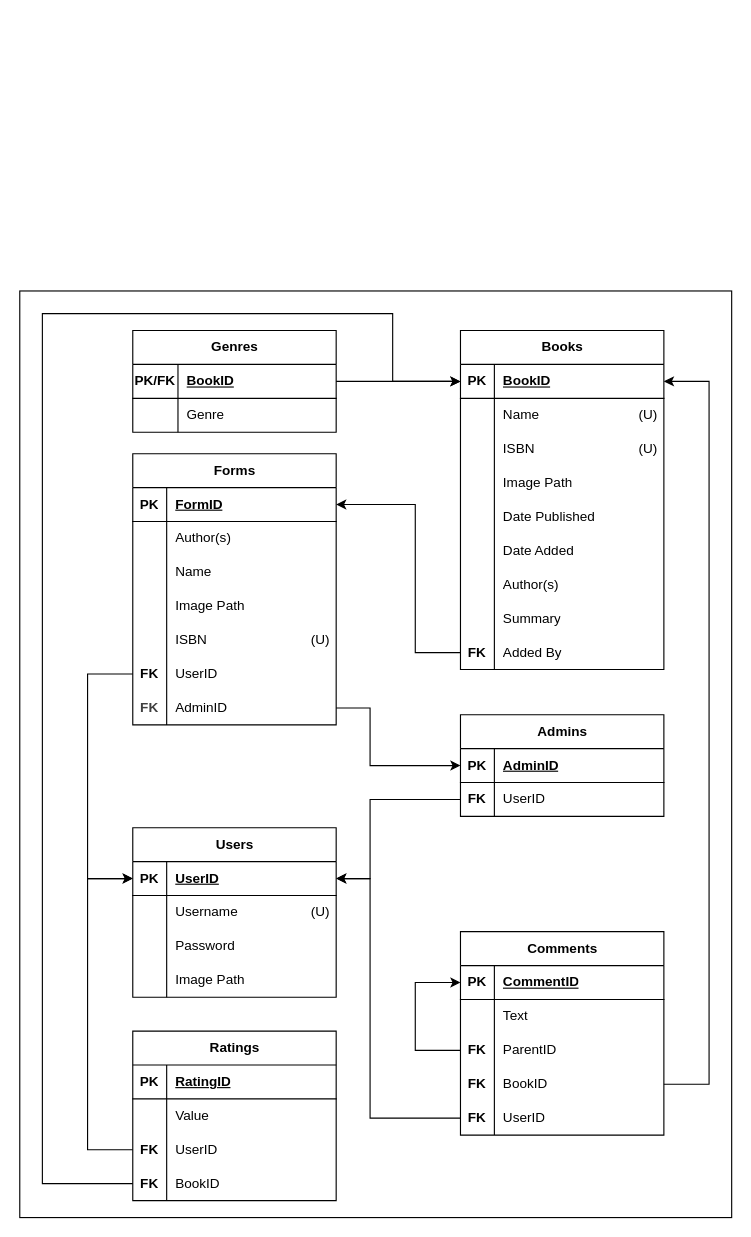
theinsurgentarchive/BDB keeps this draw.io diagram as BDB_RM.drawio. Above is the earlier version. Source tidied: cells renumbered, new cells numbered last; positions are measured from the earlier drawing's top-left corner, leaving out a move shared by most shapes. Both pictures are drawn from the tidied source at 113%, with x=0, y=0 at pixel (19, 290).
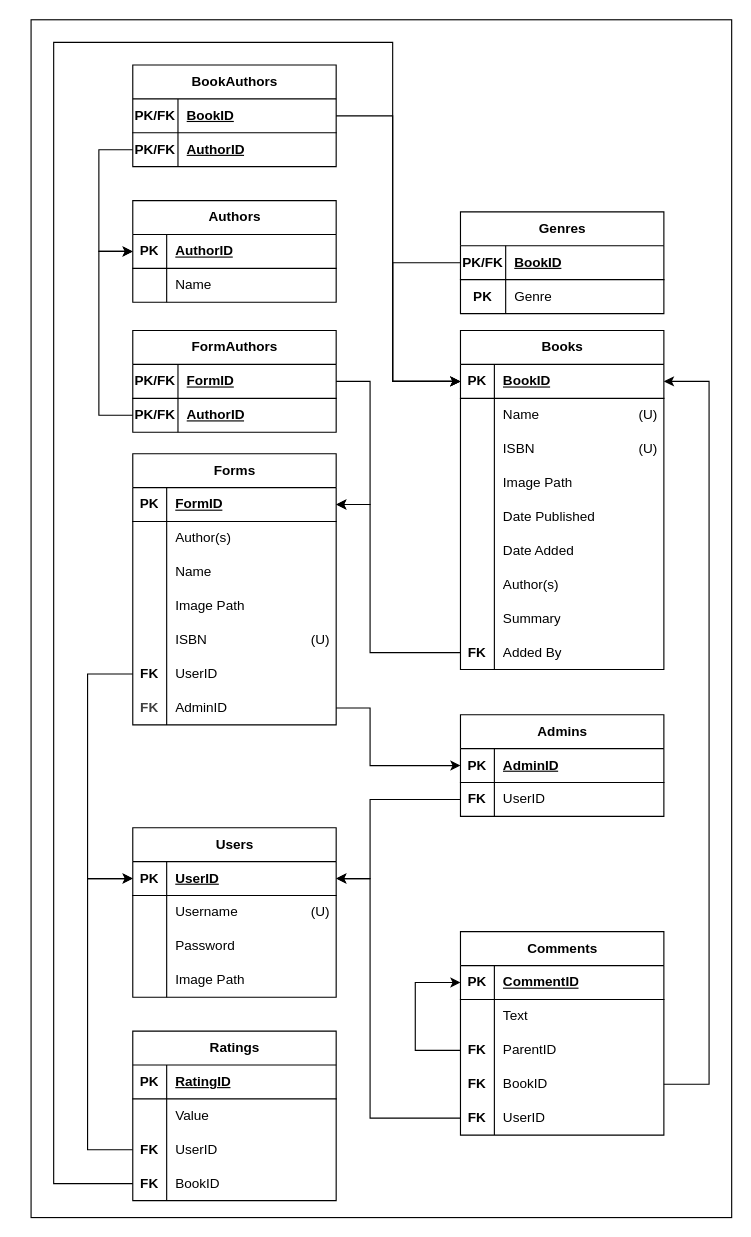
After the change.

Commit message (it also covers changes not shown here):
updated ERD, RM, and Create_SQL to add multiple Authors to Book/Forms

Unchanged cells that the change refers to:
```xml
<mxCell id="22" style="shape=tableRow;horizontal=0;startSize=0;swimlaneHead=0;swimlaneBody=0;fillColor=none;points=[[0,0.5],[1,0.5]];portConstraint=eastwest;top=0;left=0;right=0;bottom=0;" parent="18" vertex="1">
  <mxGeometry y="60" width="180" height="30" as="geometry" />
</mxCell>
<mxCell id="26" style="shape=tableRow;horizontal=0;startSize=0;swimlaneHead=0;swimlaneBody=0;fillColor=none;points=[[0,0.5],[1,0.5]];portConstraint=eastwest;top=0;left=0;right=0;bottom=1;" parent="25" vertex="1">
  <mxGeometry y="30" width="180" height="30" as="geometry" />
</mxCell>
<mxCell id="48" value="Ratings" style="shape=table;startSize=30;childLayout=tableLayout;rowLines=0;fontStyle=1;align=center;html=1;" parent="1" vertex="1">
  <mxGeometry x="100" y="655" width="180" height="150" as="geometry" />
</mxCell>
<mxCell id="58" style="shape=tableRow;horizontal=0;startSize=0;swimlaneHead=0;swimlaneBody=0;fillColor=none;points=[[0,0.5],[1,0.5]];portConstraint=eastwest;top=0;left=0;right=0;bottom=0;" parent="48" vertex="1">
  <mxGeometry y="120" width="180" height="30" as="geometry" />
</mxCell>
<mxCell id="81" style="shape=tableRow;horizontal=0;startSize=0;swimlaneHead=0;swimlaneBody=0;fillColor=none;points=[[0,0.5],[1,0.5]];portConstraint=eastwest;top=0;left=0;right=0;bottom=1;" parent="80" vertex="1">
  <mxGeometry y="30" width="180" height="30" as="geometry" />
</mxCell>
<mxCell id="105" style="shape=tableRow;horizontal=0;startSize=0;swimlaneHead=0;swimlaneBody=0;fillColor=none;points=[[0,0.5],[1,0.5]];portConstraint=eastwest;top=0;left=0;right=0;bottom=0;" parent="80" vertex="1">
  <mxGeometry y="270" width="180" height="30" as="geometry" />
</mxCell>
<mxCell id="113" style="shape=tableRow;horizontal=0;startSize=0;swimlaneHead=0;swimlaneBody=0;fillColor=none;points=[[0,0.5],[1,0.5]];portConstraint=eastwest;top=0;left=0;right=0;bottom=1;" parent="112" vertex="1">
  <mxGeometry y="30" width="180" height="30" as="geometry" />
</mxCell>
<mxCell id="116" style="shape=tableRow;horizontal=0;startSize=0;swimlaneHead=0;swimlaneBody=0;fillColor=none;top=0;left=0;right=0;bottom=0;" parent="112" vertex="1">
  <mxGeometry y="60" width="180" height="30" as="geometry" />
</mxCell>
```

What changed in the source:
```diff
@@
     <mxCell id="2" style="rounded=0;whiteSpace=wrap;html=1;" parent="1" vertex="1">
-      <mxGeometry width="630" height="820" as="geometry" />
+      <mxGeometry x="10" y="-240" width="620" height="1060" as="geometry" />
     </mxCell>
@@
-    <mxCell id="23" value="&lt;b&gt;FK&lt;/b&gt;" style="shape=partialRectangle;fillColor=none;top=0;left=0;bottom=0;right=0;overflow=hidden;whiteSpace=wrap;html=1;" parent="22" vertex="1">
+    <mxCell id="23" value="&lt;b&gt;&lt;font style=&quot;color: rgb(0, 0, 0);&quot;&gt;FK&lt;/font&gt;&lt;/b&gt;" style="shape=partialRectangle;fillColor=none;top=0;left=0;bottom=0;right=0;overflow=hidden;whiteSpace=wrap;html=1;" parent="22" vertex="1">
       <mxGeometry width="30" height="30" as="geometry" />
     </mxCell>
-    <mxCell id="24" value="UserID" style="shape=partialRectangle;fillColor=none;top=0;left=0;bottom=0;right=0;align=left;spacingLeft=6;overflow=hidden;whiteSpace=wrap;html=1;" parent="22" vertex="1">
+    <mxCell id="24" value="&lt;font style=&quot;color: rgb(0, 0, 0);&quot;&gt;UserID&lt;/font&gt;" style="shape=partialRectangle;fillColor=none;top=0;left=0;bottom=0;right=0;align=left;spacingLeft=6;overflow=hidden;whiteSpace=wrap;html=1;" parent="22" vertex="1">
       <mxGeometry x="30" width="150" height="30" as="geometry" />
     </mxCell>
@@
-    <mxCell id="55" style="shape=tableRow;horizontal=0;startSize=0;swimlaneHead=0;swimlaneBody=0;fillColor=none;points=[[0,0.5],[1,0.5]];portConstraint=eastwest;top=0;left=0;right=0;bottom=0;" parent="48" vertex="1">
+    <mxCell id="55" style="shape=tableRow;horizontal=0;startSize=0;swimlaneHead=0;swimlaneBody=0;fillColor=none;points=[[0,0.5],[1,0.5]];portConstraint=eastwest;top=0;left=0;right=0;bottom=0;fontColor=#000000;" parent="48" vertex="1">
       <mxGeometry y="90" width="180" height="30" as="geometry" />
     </mxCell>
-    <mxCell id="56" value="&lt;b&gt;FK&lt;/b&gt;" style="shape=partialRectangle;fillColor=none;top=0;left=0;bottom=0;right=0;overflow=hidden;whiteSpace=wrap;html=1;" parent="55" vertex="1">
+    <mxCell id="56" value="&lt;b&gt;&lt;font style=&quot;color: rgb(0, 0, 0);&quot;&gt;FK&lt;/font&gt;&lt;/b&gt;" style="shape=partialRectangle;fillColor=none;top=0;left=0;bottom=0;right=0;overflow=hidden;whiteSpace=wrap;html=1;" parent="55" vertex="1">
       <mxGeometry width="30" height="30" as="geometry" />
     </mxCell>
-    <mxCell id="57" value="UserID" style="shape=partialRectangle;fillColor=none;top=0;left=0;bottom=0;right=0;align=left;spacingLeft=6;overflow=hidden;whiteSpace=wrap;html=1;" parent="55" vertex="1">
+    <mxCell id="57" value="&lt;font style=&quot;color: rgb(0, 0, 0);&quot;&gt;UserID&lt;/font&gt;" style="shape=partialRectangle;fillColor=none;top=0;left=0;bottom=0;right=0;align=left;spacingLeft=6;overflow=hidden;whiteSpace=wrap;html=1;" parent="55" vertex="1">
       <mxGeometry x="30" width="150" height="30" as="geometry" />
     </mxCell>
@@
-    <mxCell id="59" value="&lt;b&gt;FK&lt;/b&gt;" style="shape=partialRectangle;fillColor=none;top=0;left=0;bottom=0;right=0;overflow=hidden;whiteSpace=wrap;html=1;" parent="58" vertex="1">
+    <mxCell id="59" value="&lt;b&gt;&lt;font style=&quot;color: rgb(0, 0, 0);&quot;&gt;FK&lt;/font&gt;&lt;/b&gt;" style="shape=partialRectangle;fillColor=none;top=0;left=0;bottom=0;right=0;overflow=hidden;whiteSpace=wrap;html=1;" parent="58" vertex="1">
       <mxGeometry width="30" height="30" as="geometry" />
     </mxCell>
-    <mxCell id="60" value="BookID" style="shape=partialRectangle;fillColor=none;top=0;left=0;bottom=0;right=0;align=left;spacingLeft=6;overflow=hidden;whiteSpace=wrap;html=1;" parent="58" vertex="1">
+    <mxCell id="60" value="&lt;font style=&quot;color: rgb(0, 0, 0);&quot;&gt;BookID&lt;/font&gt;" style="shape=partialRectangle;fillColor=none;top=0;left=0;bottom=0;right=0;align=left;spacingLeft=6;overflow=hidden;whiteSpace=wrap;html=1;" parent="58" vertex="1">
       <mxGeometry x="30" width="150" height="30" as="geometry" />
     </mxCell>
@@
     <mxCell id="108" style="edgeStyle=none;html=1;entryX=0;entryY=0.5;entryDx=0;entryDy=0;exitX=0;exitY=0.5;exitDx=0;exitDy=0;rounded=0;curved=0;" parent="1" edge="1" source="58" target="81">
       <mxGeometry relative="1" as="geometry">
         <Array as="points">
-          <mxPoint x="20" y="790" />
-          <mxPoint x="20" y="20" />
-          <mxPoint x="330" y="20" />
+          <mxPoint x="30" y="790" />
+          <mxPoint x="30" y="-220" />
+          <mxPoint x="330" y="-220" />
           <mxPoint x="330" y="80" />
         </Array>
       </mxGeometry>
     </mxCell>
@@
     <mxCell id="110" style="edgeStyle=none;html=1;entryX=1;entryY=0.5;entryDx=0;entryDy=0;exitX=0;exitY=0.5;exitDx=0;exitDy=0;rounded=0;curved=0;" parent="1" edge="1" source="105" target="26">
       <mxGeometry relative="1" as="geometry">
         <Array as="points">
-          <mxPoint x="350" y="320" />
-          <mxPoint x="350" y="189" />
+          <mxPoint x="310" y="320" />
+          <mxPoint x="310" y="189" />
         </Array>
       </mxGeometry>
     </mxCell>
-    <mxCell id="111" style="edgeStyle=none;html=1;exitX=1;exitY=0.5;exitDx=0;exitDy=0;rounded=0;curved=0;" parent="1" edge="1" source="113">
+    <mxCell id="111" style="edgeStyle=none;html=1;exitX=0;exitY=0.5;exitDx=0;exitDy=0;rounded=0;curved=0;" parent="1" edge="1" source="112">
       <mxGeometry relative="1" as="geometry">
         <mxPoint x="390" y="80" as="targetPoint" />
         <Array as="points">
+          <mxPoint x="330" y="-25" />
           <mxPoint x="330" y="80" />
         </Array>
       </mxGeometry>
     </mxCell>
     <mxCell id="112" value="Genres" style="shape=table;startSize=30;childLayout=tableLayout;rowLines=0;fontStyle=1;align=center;html=1;" parent="1" vertex="1">
-      <mxGeometry x="100" y="35" width="180" height="90" as="geometry" />
+      <mxGeometry x="390" y="-70" width="180" height="90" as="geometry" />
     </mxCell>
@@
-    <mxCell id="117" style="shape=partialRectangle;fillColor=none;top=0;left=0;bottom=0;right=0;overflow=hidden;whiteSpace=wrap;html=1;fontStyle=1;" parent="116" vertex="1">
+    <mxCell id="117" value="PK" style="shape=partialRectangle;fillColor=none;top=0;left=0;bottom=0;right=0;overflow=hidden;whiteSpace=wrap;html=1;fontStyle=1;" parent="116" vertex="1">
       <mxGeometry width="40" height="30" as="geometry" />
     </mxCell>
@@
+    <mxCell id="119" value="Authors" style="shape=table;startSize=30;childLayout=tableLayout;rowLines=0;fontStyle=1;align=center;html=1;" parent="1" vertex="1">
+      <mxGeometry x="100" y="-80" width="180" height="90" as="geometry" />
+    </mxCell>
+    <mxCell id="120" style="shape=tableRow;horizontal=0;startSize=0;swimlaneHead=0;swimlaneBody=0;fillColor=none;points=[[0,0.5],[1,0.5]];portConstraint=eastwest;top=0;left=0;right=0;bottom=1;" parent="119" vertex="1">
+      <mxGeometry y="30" width="180" height="30" as="geometry" />
+    </mxCell>
+    <mxCell id="121" value="PK" style="shape=partialRectangle;fillColor=none;top=0;left=0;bottom=0;right=0;fontStyle=1;overflow=hidden;whiteSpace=wrap;html=1;" parent="120" vertex="1">
+      <mxGeometry width="30" height="30" as="geometry" />
+    </mxCell>
+    <mxCell id="122" value="AuthorID" style="shape=partialRectangle;fillColor=none;top=0;left=0;bottom=0;right=0;align=left;spacingLeft=6;fontStyle=5;overflow=hidden;whiteSpace=wrap;html=1;" parent="120" vertex="1">
+      <mxGeometry x="30" width="150" height="30" as="geometry" />
+    </mxCell>
+    <mxCell id="123" style="shape=tableRow;horizontal=0;startSize=0;swimlaneHead=0;swimlaneBody=0;fillColor=none;top=0;left=0;right=0;bottom=0;" parent="119" vertex="1">
+      <mxGeometry y="60" width="180" height="30" as="geometry" />
+    </mxCell>
+    <mxCell id="124" style="shape=partialRectangle;fillColor=none;top=0;left=0;bottom=0;right=0;overflow=hidden;whiteSpace=wrap;html=1;" parent="123" vertex="1">
+      <mxGeometry width="30" height="30" as="geometry" />
+    </mxCell>
+    <mxCell id="125" value="Name" style="shape=partialRectangle;fillColor=none;top=0;left=0;bottom=0;right=0;align=left;spacingLeft=6;overflow=hidden;whiteSpace=wrap;html=1;" parent="123" vertex="1">
+      <mxGeometry x="30" width="150" height="30" as="geometry" />
+    </mxCell>
+    <mxCell id="126" value="BookAuthors" style="shape=table;startSize=30;childLayout=tableLayout;rowLines=0;fontStyle=1;align=center;html=1;" parent="1" vertex="1">
+      <mxGeometry x="100" y="-200" width="180" height="90" as="geometry" />
+    </mxCell>
+    <mxCell id="127" style="shape=tableRow;horizontal=0;startSize=0;swimlaneHead=0;swimlaneBody=0;fillColor=none;points=[[0,0.5],[1,0.5]];portConstraint=eastwest;top=0;left=0;right=0;bottom=1;" parent="126" vertex="1">
+      <mxGeometry y="30" width="180" height="30" as="geometry" />
+    </mxCell>
+    <mxCell id="128" value="PK/FK" style="shape=partialRectangle;fillColor=none;top=0;left=0;bottom=0;right=0;fontStyle=1;overflow=hidden;whiteSpace=wrap;html=1;" parent="127" vertex="1">
+      <mxGeometry width="40" height="30" as="geometry" />
+    </mxCell>
+    <mxCell id="129" value="BookID" style="shape=partialRectangle;fillColor=none;top=0;left=0;bottom=0;right=0;align=left;spacingLeft=6;fontStyle=5;overflow=hidden;whiteSpace=wrap;html=1;" parent="127" vertex="1">
+      <mxGeometry x="40" width="140" height="30" as="geometry" />
+    </mxCell>
+    <mxCell id="130" style="shape=tableRow;horizontal=0;startSize=0;swimlaneHead=0;swimlaneBody=0;fillColor=none;points=[[0,0.5],[1,0.5]];portConstraint=eastwest;top=0;left=0;right=0;bottom=0;" parent="126" vertex="1">
+      <mxGeometry y="60" width="180" height="30" as="geometry" />
+    </mxCell>
+    <mxCell id="131" value="&lt;b&gt;&lt;font style=&quot;color: rgb(0, 0, 0);&quot;&gt;PK/FK&lt;/font&gt;&lt;/b&gt;" style="shape=partialRectangle;fillColor=none;top=0;left=0;bottom=0;right=0;overflow=hidden;whiteSpace=wrap;html=1;" parent="130" vertex="1">
+      <mxGeometry width="40" height="30" as="geometry" />
+    </mxCell>
+    <mxCell id="132" value="&lt;b&gt;&lt;u&gt;&lt;font style=&quot;color: rgb(0, 0, 0);&quot;&gt;AuthorID&lt;/font&gt;&lt;/u&gt;&lt;/b&gt;" style="shape=partialRectangle;fillColor=none;top=0;left=0;bottom=0;right=0;align=left;spacingLeft=6;overflow=hidden;whiteSpace=wrap;html=1;" parent="130" vertex="1">
+      <mxGeometry x="40" width="140" height="30" as="geometry" />
+    </mxCell>
+    <mxCell id="133" style="edgeStyle=none;html=1;entryX=0;entryY=0.5;entryDx=0;entryDy=0;exitX=1;exitY=0.5;exitDx=0;exitDy=0;rounded=0;curved=0;" parent="1" edge="1" source="127" target="81">
+      <mxGeometry relative="1" as="geometry">
+        <Array as="points">
+          <mxPoint x="330" y="-155" />
+          <mxPoint x="330" y="80" />
+        </Array>
+      </mxGeometry>
+    </mxCell>
+    <mxCell id="134" style="edgeStyle=none;html=1;entryX=0;entryY=0.5;entryDx=0;entryDy=0;exitX=0;exitY=0.5;exitDx=0;exitDy=0;rounded=0;curved=0;" parent="1" edge="1" source="130" target="120">
+      <mxGeometry relative="1" as="geometry">
+        <Array as="points">
+          <mxPoint x="70" y="-125" />
+          <mxPoint x="70" y="-35" />
+        </Array>
+      </mxGeometry>
+    </mxCell>
+    <mxCell id="135" value="FormAuthors" style="shape=table;startSize=30;childLayout=tableLayout;rowLines=0;fontStyle=1;align=center;html=1;" parent="1" vertex="1">
+      <mxGeometry x="100" y="35" width="180" height="90" as="geometry" />
+    </mxCell>
+    <mxCell id="136" style="shape=tableRow;horizontal=0;startSize=0;swimlaneHead=0;swimlaneBody=0;fillColor=none;points=[[0,0.5],[1,0.5]];portConstraint=eastwest;top=0;left=0;right=0;bottom=1;" parent="135" vertex="1">
+      <mxGeometry y="30" width="180" height="30" as="geometry" />
+    </mxCell>
+    <mxCell id="137" value="PK/FK" style="shape=partialRectangle;fillColor=none;top=0;left=0;bottom=0;right=0;fontStyle=1;overflow=hidden;whiteSpace=wrap;html=1;" parent="136" vertex="1">
+      <mxGeometry width="40" height="30" as="geometry" />
+    </mxCell>
+    <mxCell id="138" value="FormID" style="shape=partialRectangle;fillColor=none;top=0;left=0;bottom=0;right=0;align=left;spacingLeft=6;fontStyle=5;overflow=hidden;whiteSpace=wrap;html=1;" parent="136" vertex="1">
+      <mxGeometry x="40" width="140" height="30" as="geometry" />
+    </mxCell>
+    <mxCell id="139" style="shape=tableRow;horizontal=0;startSize=0;swimlaneHead=0;swimlaneBody=0;fillColor=none;points=[[0,0.5],[1,0.5]];portConstraint=eastwest;top=0;left=0;right=0;bottom=0;" parent="135" vertex="1">
+      <mxGeometry y="60" width="180" height="30" as="geometry" />
+    </mxCell>
+    <mxCell id="140" value="&lt;b&gt;&lt;font style=&quot;color: rgb(0, 0, 0);&quot;&gt;PK/FK&lt;/font&gt;&lt;/b&gt;" style="shape=partialRectangle;fillColor=none;top=0;left=0;bottom=0;right=0;overflow=hidden;whiteSpace=wrap;html=1;" parent="139" vertex="1">
+      <mxGeometry width="40" height="30" as="geometry" />
+    </mxCell>
+    <mxCell id="141" value="&lt;b&gt;&lt;font style=&quot;color: rgb(0, 0, 0);&quot;&gt;&lt;u style=&quot;&quot;&gt;AuthorID&lt;/u&gt;&lt;/font&gt;&lt;/b&gt;" style="shape=partialRectangle;fillColor=none;top=0;left=0;bottom=0;right=0;align=left;spacingLeft=6;overflow=hidden;whiteSpace=wrap;html=1;" parent="139" vertex="1">
+      <mxGeometry x="40" width="140" height="30" as="geometry" />
+    </mxCell>
+    <mxCell id="142" style="edgeStyle=none;html=1;entryX=1;entryY=0.5;entryDx=0;entryDy=0;exitX=1;exitY=0.5;exitDx=0;exitDy=0;rounded=0;curved=0;" parent="1" edge="1" source="136" target="26">
+      <mxGeometry relative="1" as="geometry">
+        <Array as="points">
+          <mxPoint x="310" y="80" />
+          <mxPoint x="310" y="189" />
+        </Array>
+      </mxGeometry>
+    </mxCell>
+    <mxCell id="143" style="edgeStyle=none;html=1;entryX=0;entryY=0.5;entryDx=0;entryDy=0;exitX=0;exitY=0.5;exitDx=0;exitDy=0;rounded=0;curved=0;" parent="1" edge="1" source="139" target="120">
+      <mxGeometry relative="1" as="geometry">
+        <Array as="points">
+          <mxPoint x="70" y="110" />
+          <mxPoint x="70" y="-35" />
+        </Array>
+      </mxGeometry>
+    </mxCell>
```
